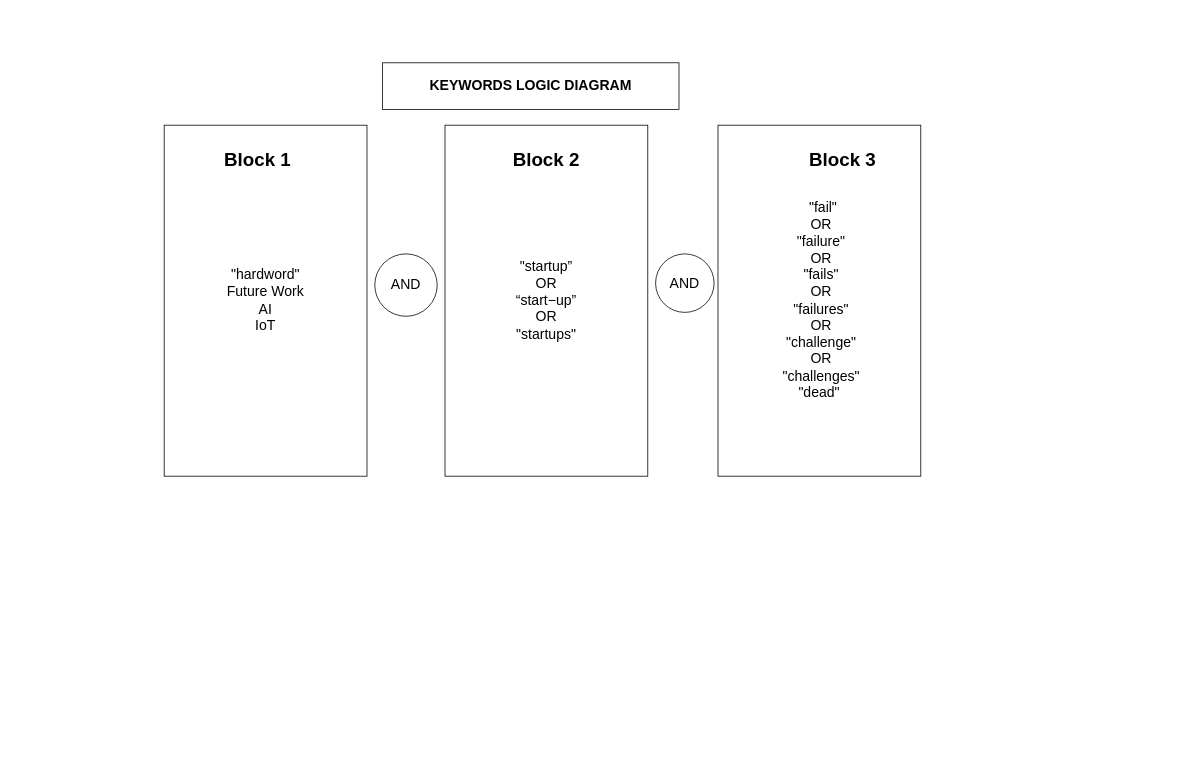
This is page "Page-1" (1 of 2) of Diagrams/keyword logic.drawio from HeiderJeffer/Gilgamesh, a draw.io file, before an edit. Source tidied: cells renumbered, new cells numbered last; positions are measured from the earlier drawing's top-left corner, leaving out a move shared by most shapes. Both pictures are drawn from the tidied source at 78%, with x=0, y=0 at pixel (164, 62).
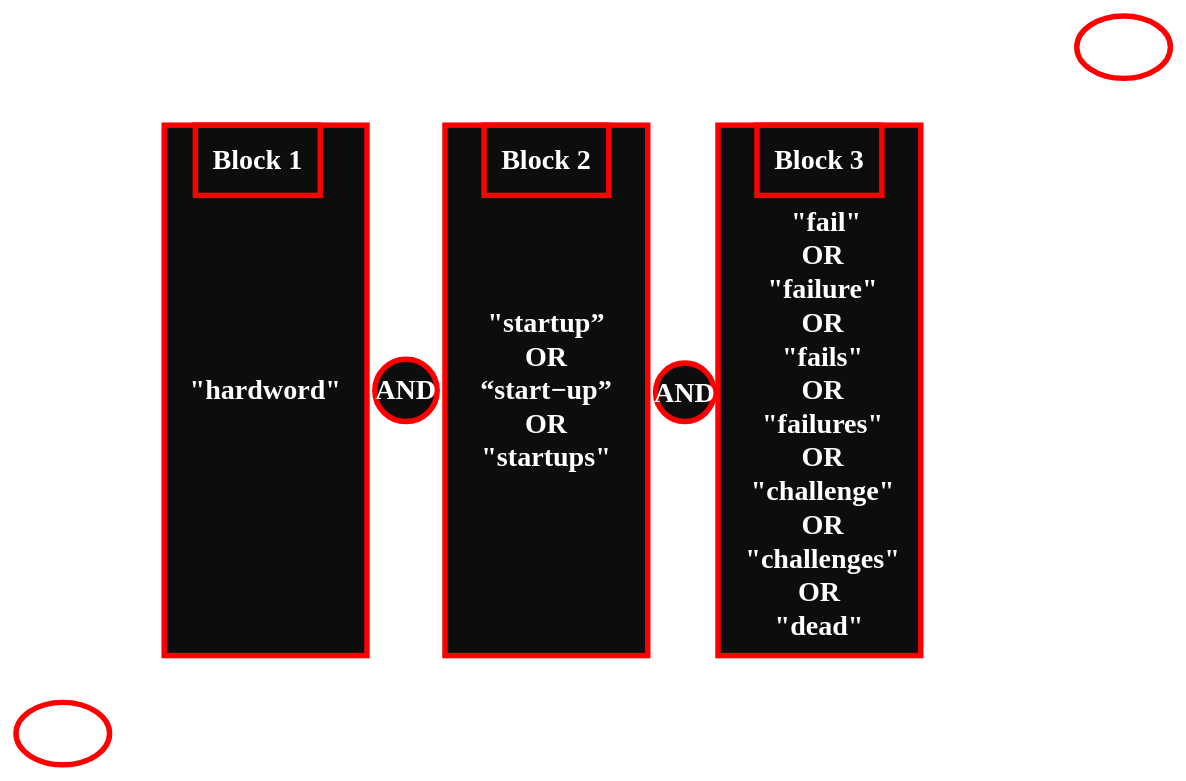
Above is the later version.

The edit, as a diff of the source:
```diff
@@
 <mxGraphModel>
   <root>
     <mxCell id="0" />
     <mxCell id="1" parent="0" />
-    <mxCell id="2" value="&lt;font style=&quot;font-size: 18px&quot;&gt;AND&lt;/font&gt;" style="ellipse;whiteSpace=wrap;html=1;" parent="1" vertex="1">
-      <mxGeometry x="270" y="245" width="80" height="80" as="geometry" />
+    <mxCell id="2" value="&lt;font style=&quot;font-size: 36px&quot; face=&quot;Times New Roman&quot; color=&quot;#ffffff&quot;&gt;&lt;b&gt;AND&lt;/b&gt;&lt;/font&gt;" style="ellipse;whiteSpace=wrap;html=1;fillColor=#0D0D0D;fontColor=#000000;strokeColor=#FF0000;strokeWidth=7;" parent="1" vertex="1">
+      <mxGeometry x="270" y="380" width="80" height="80" as="geometry" />
     </mxCell>
-    <mxCell id="3" value="&lt;font style=&quot;font-size: 18px&quot;&gt;AND&lt;/font&gt;" style="ellipse;whiteSpace=wrap;html=1;" parent="1" vertex="1">
-      <mxGeometry x="630" y="245" width="75" height="75" as="geometry" />
+    <mxCell id="3" value="&lt;font style=&quot;font-size: 36px&quot; face=&quot;Times New Roman&quot; color=&quot;#ffffff&quot;&gt;&lt;b&gt;AND&lt;/b&gt;&lt;/font&gt;" style="ellipse;whiteSpace=wrap;html=1;fillColor=#0D0D0D;fontColor=#000000;strokeColor=#FF0000;strokeWidth=7;" parent="1" vertex="1">
+      <mxGeometry x="630" y="385" width="75" height="75" as="geometry" />
     </mxCell>
-    <mxCell id="4" value="&amp;nbsp;&amp;nbsp;&quot;fail&quot;&lt;br&gt;&amp;nbsp;OR&lt;br&gt;&amp;nbsp;&quot;failure&quot;&lt;br&gt;&amp;nbsp;OR&lt;br&gt;&amp;nbsp;&quot;fails&quot;&lt;br&gt;&amp;nbsp;OR&lt;br&gt;&amp;nbsp;&quot;failures&quot;&lt;br&gt;&amp;nbsp;OR&lt;br&gt;&amp;nbsp;&quot;challenge&quot;&lt;br&gt;&amp;nbsp;OR&lt;br&gt;&amp;nbsp;&quot;challenges&quot;&lt;br&gt;&quot;dead&quot;" style="rounded=0;whiteSpace=wrap;html=1;fontSize=18;align=center;" parent="1" vertex="1">
-      <mxGeometry x="710" y="80" width="260" height="450" as="geometry" />
+    <mxCell id="4" value="&lt;b&gt;&lt;font face=&quot;Times New Roman&quot; style=&quot;font-size: 36px&quot;&gt;&lt;br&gt;&lt;br&gt;&amp;nbsp; &quot;fail&quot;&lt;br&gt;&amp;nbsp;OR&lt;br&gt;&amp;nbsp;&quot;failure&quot;&lt;br&gt;&amp;nbsp;OR&lt;br&gt;&amp;nbsp;&quot;fails&quot;&lt;br&gt;&amp;nbsp;OR&lt;br&gt;&amp;nbsp;&quot;failures&quot;&lt;br&gt;&amp;nbsp;OR&lt;br&gt;&amp;nbsp;&quot;challenge&quot;&lt;br&gt;&amp;nbsp;OR&lt;br&gt;&amp;nbsp;&quot;challenges&quot;&lt;br&gt;OR&lt;br&gt;&quot;dead&quot;&lt;/font&gt;&lt;/b&gt;" style="rounded=0;whiteSpace=wrap;html=1;fontSize=18;align=center;fillColor=#0D0D0D;fontColor=#ffffff;strokeColor=#FF0000;strokeWidth=7;" parent="1" vertex="1">
+      <mxGeometry x="710" y="80" width="260" height="680" as="geometry" />
     </mxCell>
-    <mxCell id="5" value="&quot;startup”&lt;br&gt;OR&lt;br&gt;“start−up”&lt;br&gt;OR&lt;br&gt;&quot;startups&quot;" style="rounded=0;whiteSpace=wrap;html=1;fontSize=18;align=center;" parent="1" vertex="1">
-      <mxGeometry x="360" y="80" width="260" height="450" as="geometry" />
+    <mxCell id="5" value="&lt;font face=&quot;Times New Roman&quot; style=&quot;font-size: 36px&quot; color=&quot;#ffffff&quot;&gt;&lt;b&gt;&quot;startup”&lt;br&gt;OR&lt;br&gt;“start−up”&lt;br&gt;OR&lt;br&gt;&quot;startups&quot;&lt;/b&gt;&lt;/font&gt;" style="rounded=0;whiteSpace=wrap;html=1;fontSize=18;align=center;fillColor=#0D0D0D;fontColor=#ffffff;strokeColor=#FF0000;strokeWidth=7;" parent="1" vertex="1">
+      <mxGeometry x="360" y="80" width="260" height="680" as="geometry" />
     </mxCell>
-    <mxCell id="6" value="&quot;hardword&quot;&lt;br&gt;Future Work&lt;br&gt;AI&lt;br&gt;IoT" style="rounded=0;whiteSpace=wrap;html=1;fontSize=18;align=center;" parent="1" vertex="1">
-      <mxGeometry y="80" width="260" height="450" as="geometry" />
+    <mxCell id="6" value="&lt;font face=&quot;Times New Roman&quot; style=&quot;font-size: 36px&quot;&gt;&lt;b&gt;&quot;hardword&quot;&lt;/b&gt;&lt;/font&gt;" style="rounded=0;whiteSpace=wrap;html=1;fontSize=18;align=center;fillColor=#0D0D0D;strokeColor=#FF0000;fontColor=#ffffff;strokeWidth=7;" parent="1" vertex="1">
+      <mxGeometry y="80" width="260" height="680" as="geometry" />
     </mxCell>
-    <mxCell id="7" value="&lt;b&gt;KEYWORDS LOGIC DIAGRAM&lt;/b&gt;" style="rounded=0;whiteSpace=wrap;html=1;fontSize=18;align=center;" parent="1" vertex="1">
-      <mxGeometry x="280" width="380" height="60" as="geometry" />
-    </mxCell>
-    <mxCell id="8" value="&lt;font style=&quot;font-size: 24px&quot;&gt;&lt;b&gt;Block 1&lt;/b&gt;&lt;/font&gt;" style="text;html=1;strokeColor=none;fillColor=none;align=center;verticalAlign=middle;whiteSpace=wrap;rounded=0;" parent="1" vertex="1">
+    <mxCell id="8" value="&lt;font style=&quot;font-size: 36px&quot; face=&quot;Times New Roman&quot; color=&quot;#ffffff&quot;&gt;&lt;b&gt;Block 1&lt;/b&gt;&lt;/font&gt;" style="text;html=1;strokeColor=#FF0000;fillColor=none;align=center;verticalAlign=middle;whiteSpace=wrap;rounded=0;strokeWidth=7;" parent="1" vertex="1">
       <mxGeometry x="40" y="80" width="160" height="90" as="geometry" />
     </mxCell>
-    <mxCell id="9" value="&lt;font style=&quot;font-size: 24px&quot;&gt;&lt;b&gt;Block 2&lt;/b&gt;&lt;/font&gt;" style="text;html=1;strokeColor=none;fillColor=none;align=center;verticalAlign=middle;whiteSpace=wrap;rounded=0;" parent="1" vertex="1">
+    <mxCell id="9" value="&lt;font style=&quot;font-size: 36px&quot; face=&quot;Times New Roman&quot; color=&quot;#ffffff&quot;&gt;&lt;b&gt;Block 2&lt;/b&gt;&lt;/font&gt;" style="text;html=1;strokeColor=#FF0000;fillColor=none;align=center;verticalAlign=middle;whiteSpace=wrap;rounded=0;strokeWidth=7;" parent="1" vertex="1">
       <mxGeometry x="410" y="80" width="160" height="90" as="geometry" />
     </mxCell>
-    <mxCell id="10" value="&lt;font style=&quot;font-size: 24px&quot;&gt;&lt;b&gt;Block 3&lt;/b&gt;&lt;/font&gt;" style="text;html=1;strokeColor=none;fillColor=none;align=center;verticalAlign=middle;whiteSpace=wrap;rounded=0;" parent="1" vertex="1">
-      <mxGeometry x="790" y="80" width="160" height="90" as="geometry" />
+    <mxCell id="10" value="&lt;font style=&quot;font-size: 36px&quot; face=&quot;Times New Roman&quot; color=&quot;#ffffff&quot;&gt;&lt;b&gt;Block 3&lt;/b&gt;&lt;/font&gt;" style="text;html=1;strokeColor=#FF0000;fillColor=none;align=center;verticalAlign=middle;whiteSpace=wrap;rounded=0;strokeWidth=7;" parent="1" vertex="1">
+      <mxGeometry x="760" y="80" width="160" height="90" as="geometry" />
     </mxCell>
+    <mxCell id="11" style="ellipse;whiteSpace=wrap;html=1;strokeColor=#FF0000;strokeWidth=7;" parent="1" vertex="1">
+      <mxGeometry x="1170" y="-60" width="120" height="80" as="geometry" />
+    </mxCell>
+    <mxCell id="12" style="ellipse;whiteSpace=wrap;html=1;strokeColor=#FF0000;strokeWidth=7;" parent="1" vertex="1">
+      <mxGeometry x="-190" y="820" width="120" height="80" as="geometry" />
+    </mxCell>
   </root>
 </mxGraphModel>
```
